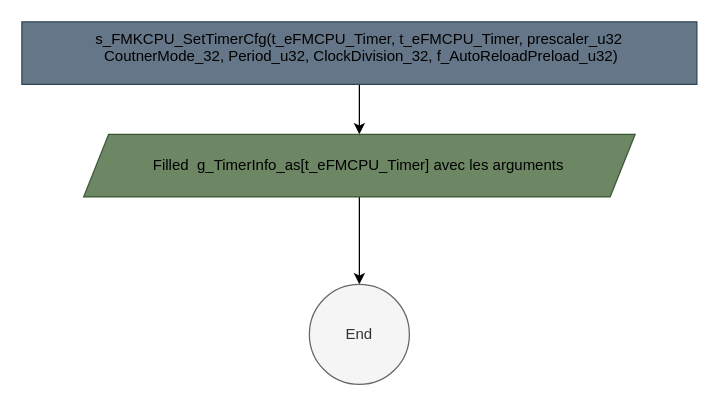
The draw.io diagram page "s_Func_SetTimerCfg" (5 of 14) of src/1_FMK/FMK_HAL/FMK_CPU/Doc/FMK_CPU.drawio in mbarbeau0545/Stm32PrjTpl, before the edit. Source tidied: cells renumbered, new cells numbered last; positions are measured from the earlier drawing's top-left corner, leaving out a move shared by most shapes. Both pictures are drawn from the tidied source at 125%, with x=0, y=0 at pixel (21, 21).
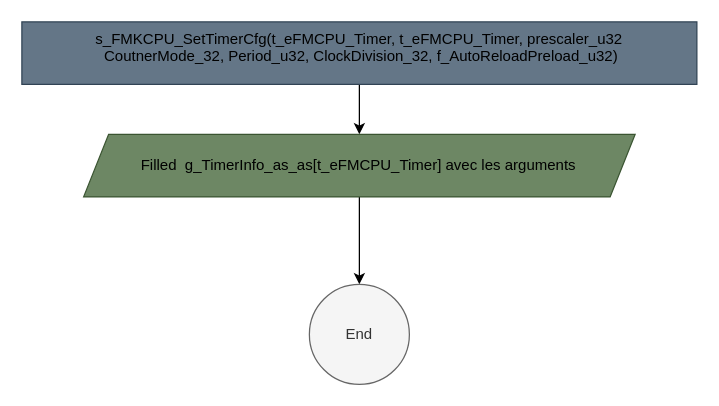
After the change.

What changed in the source:
```diff
@@
 <mxGraphModel>
   <root>
     <mxCell id="0" />
     <mxCell id="1" parent="0" />
     <mxCell id="2" style="edgeStyle=orthogonalEdgeStyle;rounded=0;jettySize=auto;html=1;exitX=0.5;exitY=1;exitDx=0;exitDy=0;" parent="1" edge="1" source="3" target="5">
       <mxGeometry relative="1" as="geometry" />
     </mxCell>
     <mxCell id="3" value="&lt;span style=&quot;color: rgb(0, 0, 0);&quot;&gt;s_FMKCPU_SetTimerCfg(&lt;/span&gt;&lt;span style=&quot;color: rgb(0, 0, 0); text-wrap: nowrap; text-align: left;&quot;&gt;t_eFMCPU_Timer&lt;/span&gt;&lt;span style=&quot;color: rgb(0, 0, 0);&quot;&gt;,&amp;nbsp;&lt;/span&gt;&lt;span style=&quot;color: rgb(0, 0, 0); text-wrap: nowrap; text-align: left;&quot;&gt;t_eFMCPU_Timer, prescaler_u32&lt;/span&gt;&lt;div style=&quot;color: rgb(0, 0, 0);&quot;&gt;&amp;nbsp;CoutnerMode_32, Period_u32, ClockDivision_32, f_AutoReloadPreload_u32)&lt;/div&gt;" style="rounded=0;whiteSpace=wrap;html=1;fillColor=#647687;fontColor=#ffffff;strokeColor=#314354;verticalAlign=top;" parent="1" vertex="1">
       <mxGeometry width="540" height="50" as="geometry" />
     </mxCell>
     <mxCell id="4" style="edgeStyle=orthogonalEdgeStyle;rounded=0;jettySize=auto;html=1;exitX=0.5;exitY=1;exitDx=0;exitDy=0;" parent="1" edge="1" source="5" target="6">
       <mxGeometry relative="1" as="geometry" />
     </mxCell>
-    <mxCell id="5" value="Filled&amp;nbsp; g_TimerInfo_as[&lt;span style=&quot;text-align: left; text-wrap: nowrap;&quot;&gt;t_eFMCPU_Timer&lt;/span&gt;] avec les arguments" style="shape=parallelogram;perimeter=parallelogramPerimeter;whiteSpace=wrap;html=1;fixedSize=1;fillColor=#6d8764;fontColor=#000000;strokeColor=#3A5431;" parent="1" vertex="1">
+    <mxCell id="5" value="Filled&amp;nbsp; g_TimerInfo_as_as[&lt;span style=&quot;text-align: left; text-wrap: nowrap;&quot;&gt;t_eFMCPU_Timer&lt;/span&gt;] avec les arguments" style="shape=parallelogram;perimeter=parallelogramPerimeter;whiteSpace=wrap;html=1;fixedSize=1;fillColor=#6d8764;fontColor=#000000;strokeColor=#3A5431;" parent="1" vertex="1">
       <mxGeometry x="49.4" y="90" width="441.2" height="50" as="geometry" />
     </mxCell>
     <mxCell id="6" value="End" style="ellipse;whiteSpace=wrap;html=1;fillColor=#f5f5f5;fontColor=#333333;strokeColor=#666666;" parent="1" vertex="1">
       <mxGeometry x="230" y="210" width="80" height="80" as="geometry" />
     </mxCell>
   </root>
 </mxGraphModel>
```
